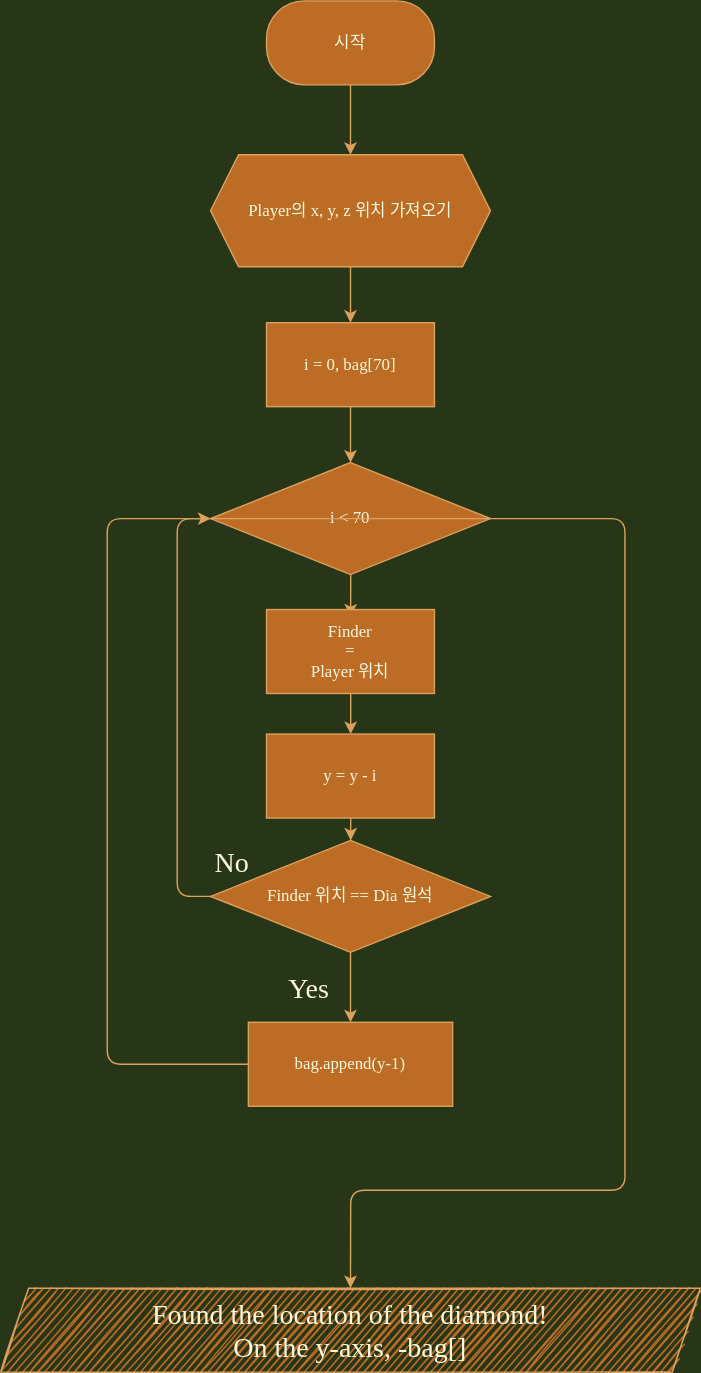
This is Algorithm/finding_dia.drawio.svg from Xe-Kinesis/Minecraft-Python, a draw.io export, as it was before one commit. Source tidied: cells renumbered, new cells last; positions are measured from the earlier drawing's top-left corner, leaving out a move shared by most shapes.
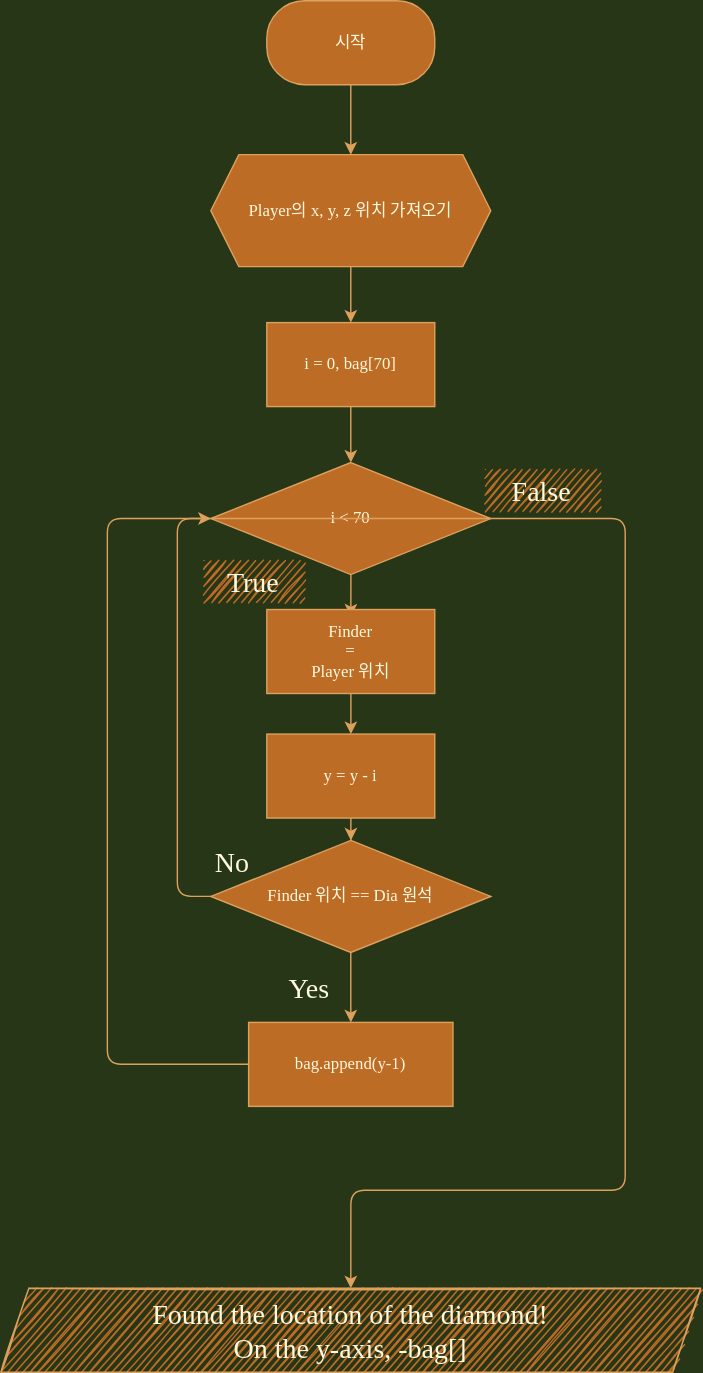
The same file after the commit.

Change to the diagram source:
```diff
@@ -81,5 +81,11 @@
     <mxCell id="21" value="Found the location of the diamond! &lt;br&gt;On the y-axis, -bag[]" style="shape=parallelogram;perimeter=parallelogramPerimeter;whiteSpace=wrap;html=1;fixedSize=1;sketch=1;hachureGap=4;fontFamily=Architects Daughter;fontSource=https%3A%2F%2Ffonts.googleapis.com%2Fcss%3Ffamily%3DArchitects%2BDaughter;fontSize=20;rounded=0;fontColor=#FEFAE0;strokeColor=#DDA15E;fillColor=#BC6C25;" parent="1" vertex="1">
       <mxGeometry y="920" width="500" height="60" as="geometry" />
     </mxCell>
+    <mxCell id="22" value="False" style="text;html=1;align=center;verticalAlign=middle;strokeColor=none;sketch=1;hachureGap=4;fontFamily=어그로체;fontSource=https%3A%2F%2Fcdn.jsdelivr.net%2Fgh%2Fprojectnoonnu%2Fnoonfonts_2108%401.1%2FSBAggroB.woff;fontSize=20;rounded=0;fontColor=#FEFAE0;fillColor=#BC6C25;" parent="1" vertex="1">
+      <mxGeometry x="346" y="335" width="80" height="30" as="geometry" />
+    </mxCell>
+    <mxCell id="23" value="True" style="text;html=1;align=center;verticalAlign=middle;strokeColor=none;sketch=1;hachureGap=4;fontFamily=어그로체;fontSource=https%3A%2F%2Fcdn.jsdelivr.net%2Fgh%2Fprojectnoonnu%2Fnoonfonts_2108%401.1%2FSBAggroB.woff;fontSize=20;rounded=0;fontColor=#FEFAE0;fillColor=#BC6C25;" parent="1" vertex="1">
+      <mxGeometry x="145" y="400" width="70" height="30" as="geometry" />
+    </mxCell>
   </root>
 </mxGraphModel>
```
